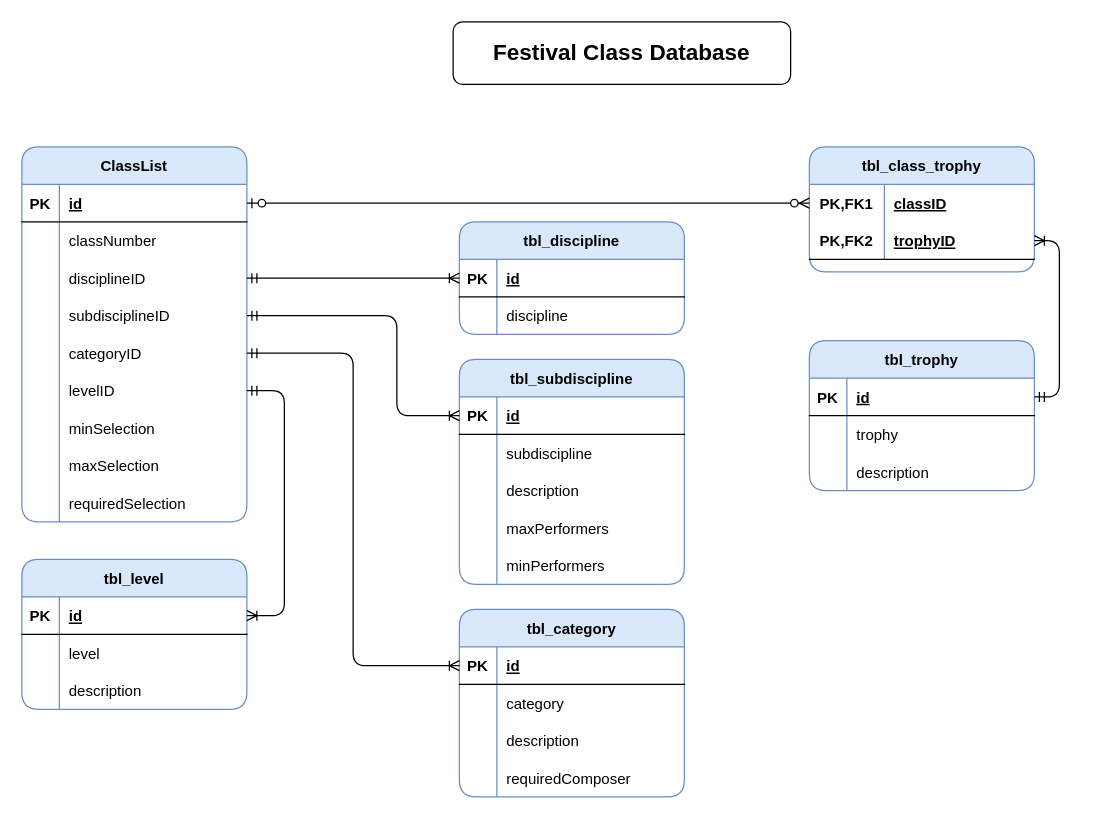
The draw.io diagram page "Page-2" (2 of 2) of class_registration.drawio in davesawatzky/wmf-vite, before the edit. Source tidied: cells renumbered, new cells numbered last; positions are measured from the earlier drawing's top-left corner, leaving out a move shared by most shapes. Both pictures are drawn from the tidied source at 125%, with x=0, y=0 at pixel (21, 21).
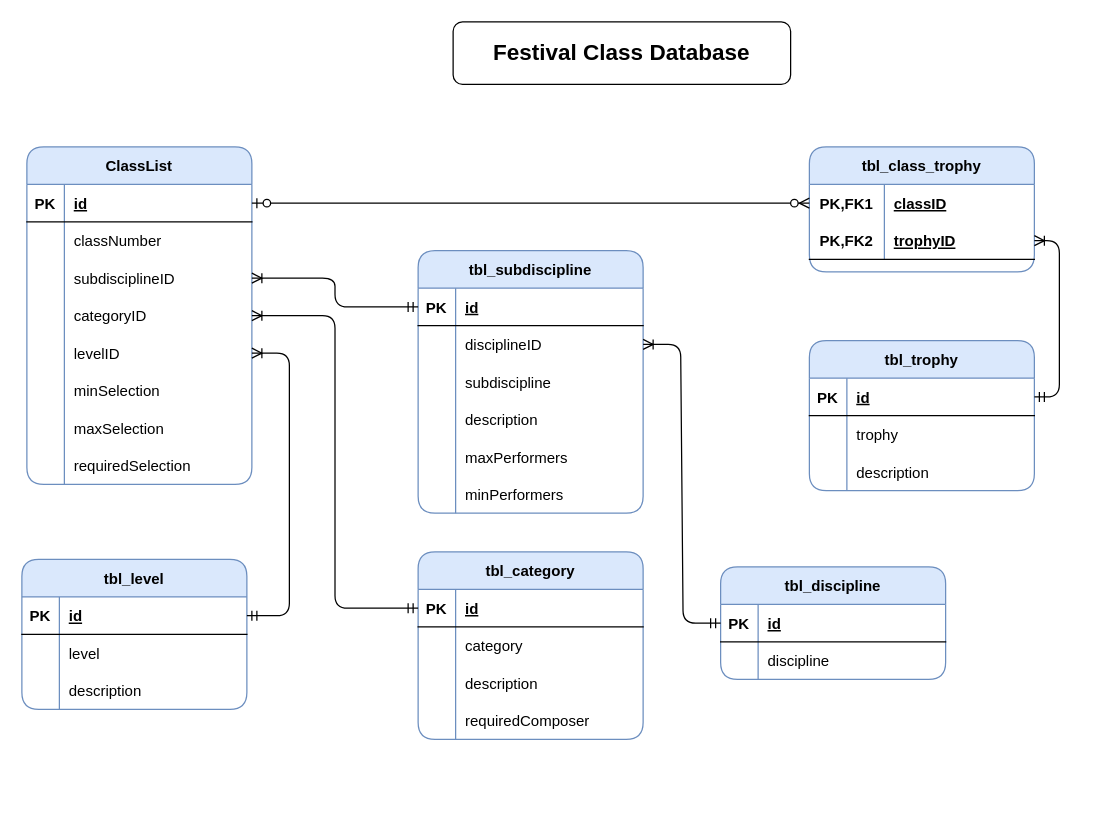
After the change.

The change refers to these unchanged cells:
```xml
<mxCell id="31" style="shape=partialRectangle;fillColor=none;top=0;left=0;bottom=1;right=0;points=[[0,0.5],[1,0.5]];portConstraint=eastwest;" parent="30" vertex="1">
  <mxGeometry y="30" width="180" height="30" as="geometry" />
</mxCell>
<mxCell id="38" style="shape=partialRectangle;fillColor=none;top=0;left=0;bottom=1;right=0;points=[[0,0.5],[1,0.5]];portConstraint=eastwest;" parent="37" vertex="1">
  <mxGeometry y="30" width="180" height="30" as="geometry" />
</mxCell>
<mxCell id="51" style="shape=partialRectangle;fillColor=none;top=0;left=0;bottom=1;right=0;points=[[0,0.5],[1,0.5]];portConstraint=eastwest;" parent="50" vertex="1">
  <mxGeometry y="30" width="180" height="30" as="geometry" />
</mxCell>
<mxCell id="67" style="shape=partialRectangle;fillColor=none;top=0;left=0;bottom=1;right=0;points=[[0,0.5],[1,0.5]];portConstraint=eastwest;" parent="66" vertex="1">
  <mxGeometry y="30" width="180" height="30" as="geometry" />
</mxCell>
```

The edit, as a diff of the source:
```diff
@@
     <mxCell id="2" value="ClassList" style="shape=table;startSize=30;childLayout=tableLayout;rowLines=0;fontStyle=1;align=center;fillColor=#dae8fc;strokeColor=#6c8ebf;rounded=1;" parent="1" vertex="1">
-      <mxGeometry y="100" width="180" height="300" as="geometry" />
+      <mxGeometry x="4" y="100" width="180" height="270" as="geometry" />
     </mxCell>
@@
-    <mxCell id="9" style="shape=partialRectangle;fillColor=none;top=0;left=0;bottom=0;right=0;points=[[0,0.5],[1,0.5]];portConstraint=eastwest;" parent="2" vertex="1">
-      <mxGeometry y="90" width="180" height="30" as="geometry" />
-    </mxCell>
-    <mxCell id="10" style="shape=partialRectangle;fillColor=none;top=0;left=0;bottom=0;right=0;overflow=hidden;" parent="9" vertex="1">
-      <mxGeometry width="30" height="30" as="geometry" />
-    </mxCell>
-    <mxCell id="11" value="disciplineID" style="shape=partialRectangle;fillColor=none;top=0;left=0;bottom=0;right=0;align=left;spacingLeft=6;overflow=hidden;" parent="9" vertex="1">
-      <mxGeometry x="30" width="150" height="30" as="geometry" />
-    </mxCell>
     <mxCell id="12" style="shape=partialRectangle;fillColor=none;top=0;left=0;bottom=0;right=0;points=[[0,0.5],[1,0.5]];portConstraint=eastwest;" parent="2" vertex="1">
-      <mxGeometry y="120" width="180" height="30" as="geometry" />
+      <mxGeometry y="90" width="180" height="30" as="geometry" />
     </mxCell>
@@
     <mxCell id="15" style="shape=partialRectangle;fillColor=none;top=0;left=0;bottom=0;right=0;points=[[0,0.5],[1,0.5]];portConstraint=eastwest;" parent="2" vertex="1">
-      <mxGeometry y="150" width="180" height="30" as="geometry" />
+      <mxGeometry y="120" width="180" height="30" as="geometry" />
     </mxCell>
@@
     <mxCell id="18" style="shape=partialRectangle;fillColor=none;top=0;left=0;bottom=0;right=0;points=[[0,0.5],[1,0.5]];portConstraint=eastwest;" parent="2" vertex="1">
-      <mxGeometry y="180" width="180" height="30" as="geometry" />
+      <mxGeometry y="150" width="180" height="30" as="geometry" />
     </mxCell>
@@
     <mxCell id="21" style="shape=partialRectangle;fillColor=none;top=0;left=0;bottom=0;right=0;" parent="2" vertex="1">
-      <mxGeometry y="210" width="180" height="30" as="geometry" />
+      <mxGeometry y="180" width="180" height="30" as="geometry" />
     </mxCell>
@@
     <mxCell id="24" style="shape=partialRectangle;fillColor=none;top=0;left=0;bottom=0;right=0;" parent="2" vertex="1">
-      <mxGeometry y="240" width="180" height="30" as="geometry" />
+      <mxGeometry y="210" width="180" height="30" as="geometry" />
     </mxCell>
@@
     <mxCell id="27" style="shape=partialRectangle;fillColor=none;top=0;left=0;bottom=0;right=0;" parent="2" vertex="1">
-      <mxGeometry y="270" width="180" height="30" as="geometry" />
+      <mxGeometry y="240" width="180" height="30" as="geometry" />
     </mxCell>
@@
     <mxCell id="30" value="tbl_discipline" style="shape=table;startSize=30;childLayout=tableLayout;rowLines=0;fontStyle=1;align=center;fillColor=#dae8fc;strokeColor=#6c8ebf;rounded=1;" parent="1" vertex="1">
-      <mxGeometry x="350" y="160" width="180" height="90" as="geometry" />
+      <mxGeometry x="559" y="436" width="180" height="90" as="geometry" />
     </mxCell>
@@
     <mxCell id="37" value="tbl_category" style="shape=table;startSize=30;childLayout=tableLayout;rowLines=0;fontStyle=1;align=center;fillColor=#dae8fc;strokeColor=#6c8ebf;rounded=1;" parent="1" vertex="1">
-      <mxGeometry x="350" y="470" width="180" height="150" as="geometry" />
+      <mxGeometry x="317" y="424" width="180" height="150" as="geometry" />
     </mxCell>
@@
     <mxCell id="50" value="tbl_subdiscipline" style="shape=table;startSize=30;childLayout=tableLayout;rowLines=0;fontStyle=1;align=center;fillColor=#dae8fc;strokeColor=#6c8ebf;rounded=1;" parent="1" vertex="1">
-      <mxGeometry x="350" y="270" width="180" height="180" as="geometry" />
+      <mxGeometry x="317" y="183" width="180" height="210" as="geometry" />
     </mxCell>
@@
+    <mxCell id="100" style="shape=partialRectangle;fillColor=none;top=0;left=0;bottom=0;right=0;points=[[0,0.5],[1,0.5]];portConstraint=eastwest;" parent="50" vertex="1">
+      <mxGeometry y="60" width="180" height="30" as="geometry" />
+    </mxCell>
+    <mxCell id="10" style="shape=partialRectangle;fillColor=none;top=0;left=0;bottom=0;right=0;overflow=hidden;" parent="100" vertex="1">
+      <mxGeometry width="30" height="30" as="geometry" />
+    </mxCell>
+    <mxCell id="11" value="disciplineID" style="shape=partialRectangle;fillColor=none;top=0;left=0;bottom=0;right=0;align=left;spacingLeft=6;overflow=hidden;" parent="100" vertex="1">
+      <mxGeometry x="30" width="150" height="30" as="geometry" />
+    </mxCell>
     <mxCell id="54" style="shape=partialRectangle;fillColor=none;top=0;left=0;bottom=0;right=0;" parent="50" vertex="1">
-      <mxGeometry y="60" width="180" height="30" as="geometry" />
+      <mxGeometry y="90" width="180" height="30" as="geometry" />
     </mxCell>
@@
     <mxCell id="57" style="shape=partialRectangle;fillColor=none;top=0;left=0;bottom=0;right=0;" parent="50" vertex="1">
-      <mxGeometry y="90" width="180" height="30" as="geometry" />
+      <mxGeometry y="120" width="180" height="30" as="geometry" />
     </mxCell>
@@
     <mxCell id="60" style="shape=partialRectangle;fillColor=none;top=0;left=0;bottom=0;right=0;" parent="50" vertex="1">
-      <mxGeometry y="120" width="180" height="30" as="geometry" />
+      <mxGeometry y="150" width="180" height="30" as="geometry" />
     </mxCell>
@@
     <mxCell id="63" style="shape=partialRectangle;fillColor=none;top=0;left=0;bottom=0;right=0;" parent="50" vertex="1">
-      <mxGeometry y="150" width="180" height="30" as="geometry" />
+      <mxGeometry y="180" width="180" height="30" as="geometry" />
     </mxCell>
@@
-    <mxCell id="95" style="edgeStyle=entityRelationEdgeStyle;fontSize=12;html=1;endArrow=ERoneToMany;startArrow=ERmandOne;rounded=1;" parent="1" edge="1" source="9" target="31">
+    <mxCell id="95" style="edgeStyle=entityRelationEdgeStyle;fontSize=12;html=1;endArrow=ERoneToMany;startArrow=ERmandOne;rounded=1;exitX=0;exitY=0.5;exitDx=0;exitDy=0;entryX=1;entryY=0.5;entryDx=0;entryDy=0;" parent="1" edge="1" source="31" target="100">
       <mxGeometry relative="1" as="geometry" />
     </mxCell>
-    <mxCell id="96" style="edgeStyle=orthogonalEdgeStyle;fontSize=12;html=1;endArrow=ERoneToMany;startArrow=ERmandOne;rounded=1;" parent="1" edge="1" source="12" target="51">
-      <mxGeometry relative="1" as="geometry">
-        <Array as="points">
-          <mxPoint x="300" y="235" />
-          <mxPoint x="300" y="315" />
-        </Array>
-      </mxGeometry>
+    <mxCell id="96" style="edgeStyle=orthogonalEdgeStyle;fontSize=12;html=1;endArrow=ERoneToMany;startArrow=ERmandOne;rounded=1;exitX=0;exitY=0.5;exitDx=0;exitDy=0;entryX=1;entryY=0.5;entryDx=0;entryDy=0;" parent="1" edge="1" source="51" target="12">
+      <mxGeometry relative="1" as="geometry" />
     </mxCell>
-    <mxCell id="97" style="edgeStyle=orthogonalEdgeStyle;fontSize=12;html=1;endArrow=ERoneToMany;startArrow=ERmandOne;rounded=1;" parent="1" edge="1" source="15" target="38">
+    <mxCell id="97" style="edgeStyle=orthogonalEdgeStyle;fontSize=12;html=1;endArrow=ERoneToMany;startArrow=ERmandOne;rounded=1;exitX=0;exitY=0.5;exitDx=0;exitDy=0;entryX=1;entryY=0.5;entryDx=0;entryDy=0;" parent="1" edge="1" source="38" target="15">
       <mxGeometry relative="1" as="geometry" />
     </mxCell>
-    <mxCell id="98" style="edgeStyle=entityRelationEdgeStyle;fontSize=12;html=1;endArrow=ERoneToMany;startArrow=ERmandOne;rounded=1;" parent="1" edge="1" source="18" target="67">
+    <mxCell id="98" style="edgeStyle=entityRelationEdgeStyle;fontSize=12;html=1;endArrow=ERoneToMany;startArrow=ERmandOne;rounded=1;exitX=1;exitY=0.5;exitDx=0;exitDy=0;" parent="1" edge="1" source="67" target="18">
       <mxGeometry relative="1" as="geometry" />
     </mxCell>
```
